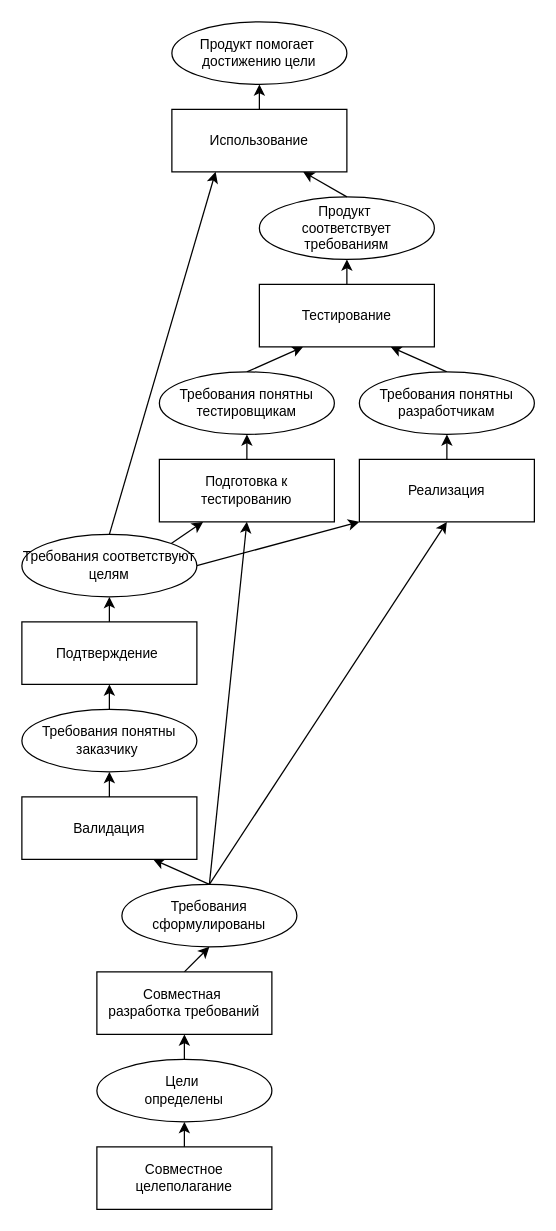
The draw.io diagram success-history.drawio in chaetal/why-test-first, before the edit. Source tidied: cells renumbered, new cells numbered last; positions are measured from the earlier drawing's top-left corner, leaving out a move shared by most shapes. Both pictures are drawn from the tidied source at 125%, with x=0, y=0 at pixel (21, 21).
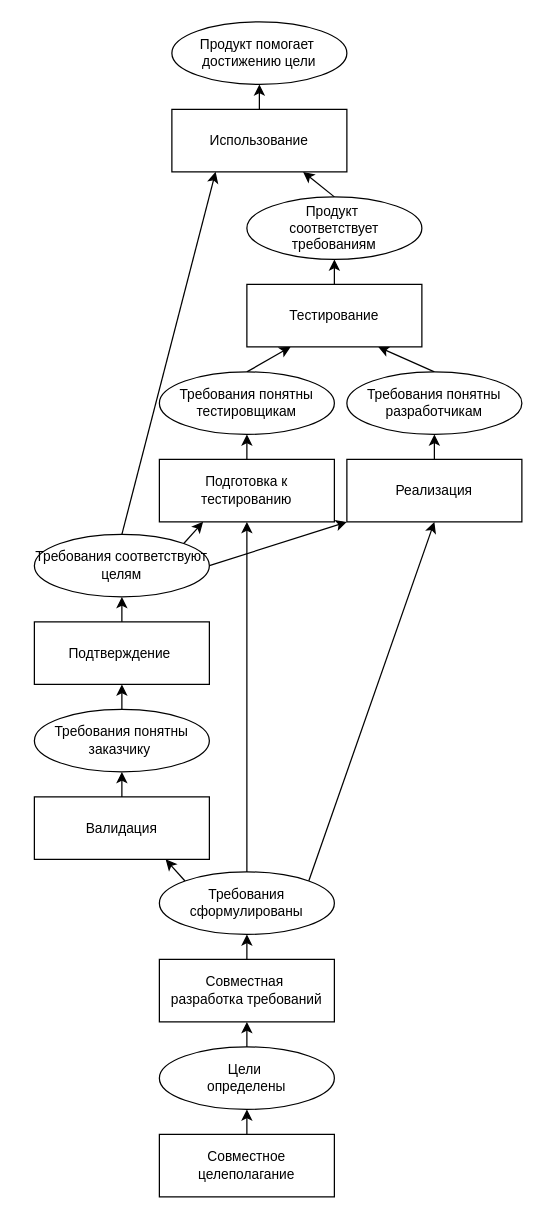
Above is the later version.

Change to the diagram source:
```diff
@@
     <mxCell id="2" value="Продукт&amp;nbsp;&lt;div style=&quot;font-size: 11px;&quot;&gt;соответствует требованиям&lt;/div&gt;" style="ellipse;whiteSpace=wrap;html=1;fontSize=11;" parent="1" vertex="1">
-      <mxGeometry x="190" y="140" width="140" height="50" as="geometry" />
+      <mxGeometry x="180" y="140" width="140" height="50" as="geometry" />
     </mxCell>
@@
     <mxCell id="5" value="Требования соответствуют целям" style="ellipse;whiteSpace=wrap;html=1;fontSize=11;" parent="1" vertex="1">
-      <mxGeometry y="410" width="140" height="50" as="geometry" />
+      <mxGeometry x="10" y="410" width="140" height="50" as="geometry" />
     </mxCell>
@@
     <mxCell id="7" value="Требования понятны разработчикам" style="ellipse;whiteSpace=wrap;html=1;fontSize=11;" parent="1" vertex="1">
-      <mxGeometry x="270" y="280" width="140" height="50" as="geometry" />
+      <mxGeometry x="260" y="280" width="140" height="50" as="geometry" />
     </mxCell>
@@
-    <mxCell id="10" style="rounded=0;jettySize=auto;html=1;entryX=0.5;entryY=1;entryDx=0;entryDy=0;exitX=0.5;exitY=0;exitDx=0;exitDy=0;fontSize=11;" parent="1" edge="1" source="13" target="26">
+    <mxCell id="10" style="rounded=0;jettySize=auto;html=1;entryX=0.5;entryY=1;entryDx=0;entryDy=0;exitX=1;exitY=0;exitDx=0;exitDy=0;fontSize=11;" parent="1" edge="1" source="13" target="26">
       <mxGeometry relative="1" as="geometry" />
     </mxCell>
@@
-    <mxCell id="12" style="rounded=0;jettySize=auto;html=1;exitX=0.5;exitY=0;exitDx=0;exitDy=0;entryX=0.75;entryY=1;entryDx=0;entryDy=0;fontSize=11;" parent="1" edge="1" source="13" target="32">
+    <mxCell id="12" style="rounded=0;jettySize=auto;html=1;exitX=0;exitY=0;exitDx=0;exitDy=0;entryX=0.75;entryY=1;entryDx=0;entryDy=0;fontSize=11;" parent="1" edge="1" source="13" target="32">
       <mxGeometry relative="1" as="geometry" />
     </mxCell>
     <mxCell id="13" value="Требования сформулированы" style="ellipse;whiteSpace=wrap;html=1;fontSize=11;" parent="1" vertex="1">
-      <mxGeometry x="80" y="690" width="140" height="50" as="geometry" />
+      <mxGeometry x="110" y="680" width="140" height="50" as="geometry" />
     </mxCell>
@@
     <mxCell id="15" value="Цели&amp;nbsp;&lt;div style=&quot;font-size: 11px;&quot;&gt;&lt;span style=&quot;background-color: initial; font-size: 11px;&quot;&gt;определены&lt;/span&gt;&lt;/div&gt;" style="ellipse;whiteSpace=wrap;html=1;fontSize=11;" parent="1" vertex="1">
-      <mxGeometry x="60" y="830" width="140" height="50" as="geometry" />
+      <mxGeometry x="110" y="820" width="140" height="50" as="geometry" />
     </mxCell>
@@
     <mxCell id="22" value="Тестирование" style="whiteSpace=wrap;html=1;fontSize=11;" parent="1" vertex="1">
-      <mxGeometry x="190" y="210" width="140" height="50" as="geometry" />
+      <mxGeometry x="180" y="210" width="140" height="50" as="geometry" />
     </mxCell>
@@
     <mxCell id="24" value="Подтверждение&amp;nbsp;" style="whiteSpace=wrap;html=1;fontSize=11;" parent="1" vertex="1">
-      <mxGeometry y="480" width="140" height="50" as="geometry" />
+      <mxGeometry x="10" y="480" width="140" height="50" as="geometry" />
     </mxCell>
@@
     <mxCell id="26" value="Реализация" style="whiteSpace=wrap;html=1;fontSize=11;" parent="1" vertex="1">
-      <mxGeometry x="270" y="350" width="140" height="50" as="geometry" />
+      <mxGeometry x="260" y="350" width="140" height="50" as="geometry" />
     </mxCell>
@@
     <mxCell id="31" value="Требования понятны заказчику&amp;nbsp;" style="ellipse;whiteSpace=wrap;html=1;fontSize=11;" parent="1" vertex="1">
-      <mxGeometry y="550" width="140" height="50" as="geometry" />
+      <mxGeometry x="10" y="550" width="140" height="50" as="geometry" />
     </mxCell>
     <mxCell id="32" value="Валидация" style="whiteSpace=wrap;html=1;fontSize=11;" parent="1" vertex="1">
-      <mxGeometry y="620" width="140" height="50" as="geometry" />
+      <mxGeometry x="10" y="620" width="140" height="50" as="geometry" />
     </mxCell>
@@
     <mxCell id="34" value="Совместная&amp;nbsp;&lt;div style=&quot;font-size: 11px;&quot;&gt;разработка&amp;nbsp;&lt;span style=&quot;background-color: initial; font-size: 11px;&quot;&gt;требований&lt;/span&gt;&lt;/div&gt;" style="whiteSpace=wrap;html=1;fontSize=11;" parent="1" vertex="1">
-      <mxGeometry x="60" y="760" width="140" height="50" as="geometry" />
+      <mxGeometry x="110" y="750" width="140" height="50" as="geometry" />
     </mxCell>
@@
     <mxCell id="36" value="Совместное целеполаган&lt;span style=&quot;background-color: initial; font-size: 11px;&quot;&gt;ие&lt;/span&gt;" style="whiteSpace=wrap;html=1;fontSize=11;" parent="1" vertex="1">
-      <mxGeometry x="60" y="900" width="140" height="50" as="geometry" />
+      <mxGeometry x="110" y="890" width="140" height="50" as="geometry" />
     </mxCell>
```
